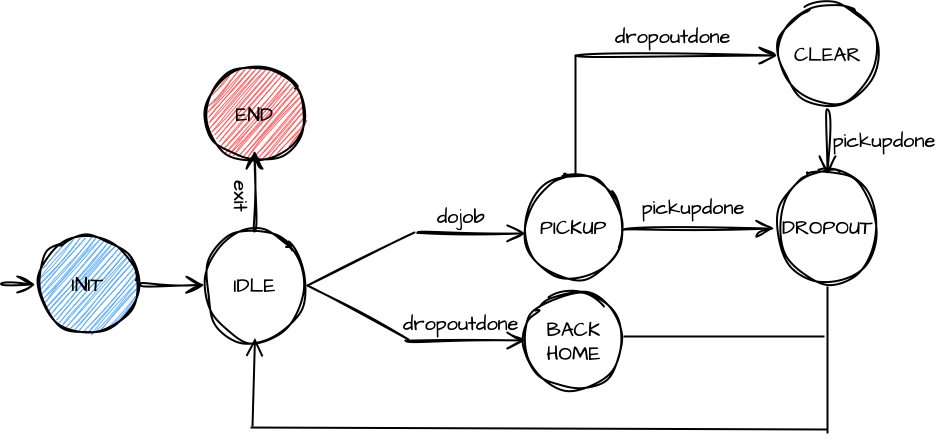
Above: Sprint1/userDocs/resources/img/FSMwasteServiceCore.png in EnricoValastro/WasteService-Project (draw.io), before the change. Source tidied: cells renumbered, new cells last; positions are measured from the earlier drawing's top-left corner, leaving out a move shared by most shapes.
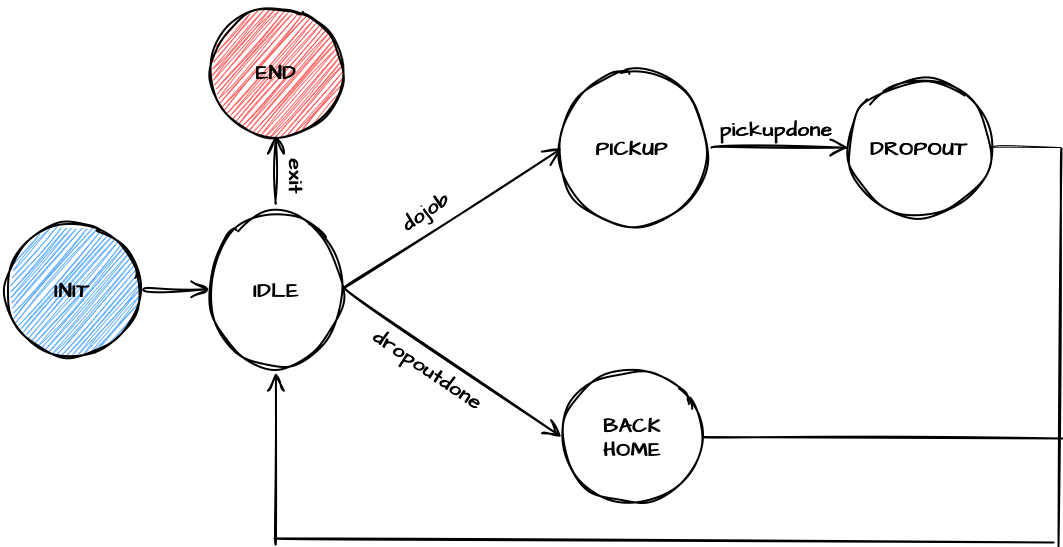
The same file after the commit.

The edit, as a diff of the source:
```diff
@@ -2,130 +2,92 @@
   <root>
     <mxCell id="0" />
     <mxCell id="1" parent="0" />
-    <mxCell id="2" style="endArrow=open;html=1;rounded=0;sketch=1;hachureGap=4;jiggle=2;fontFamily=Architects Daughter;fontSource=https%3A%2F%2Ffonts.googleapis.com%2Fcss%3Ffamily%3DArchitects%2BDaughter;fontSize=16;startSize=14;endSize=14;sourcePerimeterSpacing=8;targetPerimeterSpacing=8;curved=1;endFill=0;strokeWidth=2;exitX=1;exitY=0.5;exitDx=0;exitDy=0;" parent="1" edge="1" source="6">
-      <mxGeometry relative="1" as="geometry">
-        <mxPoint x="203" y="283.5" as="targetPoint" />
-      </mxGeometry>
-    </mxCell>
-    <mxCell id="3" value="IDLE" style="ellipse;whiteSpace=wrap;html=1;sketch=1;hachureGap=4;jiggle=2;fontFamily=Architects Daughter;fontSource=https%3A%2F%2Ffonts.googleapis.com%2Fcss%3Ffamily%3DArchitects%2BDaughter;fontSize=20;strokeWidth=2;" parent="1" vertex="1">
-      <mxGeometry x="201" y="231.5" width="105" height="105" as="geometry" />
+    <mxCell id="3" value="&lt;b&gt;IDLE&lt;/b&gt;" style="ellipse;whiteSpace=wrap;html=1;sketch=1;hachureGap=4;jiggle=2;fontFamily=Architects Daughter;fontSource=https%3A%2F%2Ffonts.googleapis.com%2Fcss%3Ffamily%3DArchitects%2BDaughter;fontSize=20;strokeWidth=2;" parent="1" vertex="1">
+      <mxGeometry x="225" y="231.5" width="142" height="142" as="geometry" />
     </mxCell>
-    <mxCell id="4" value="END" style="ellipse;whiteSpace=wrap;html=1;sketch=1;hachureGap=4;jiggle=2;fontFamily=Architects Daughter;fontSource=https%3A%2F%2Ffonts.googleapis.com%2Fcss%3Ffamily%3DArchitects%2BDaughter;fontSize=20;strokeWidth=2;fillColor=#FF6666;" parent="1" vertex="1">
-      <mxGeometry x="201" y="60" width="105" height="105" as="geometry" />
+    <mxCell id="4" value="&lt;b&gt;END&lt;/b&gt;" style="ellipse;whiteSpace=wrap;html=1;sketch=1;hachureGap=4;jiggle=2;fontFamily=Architects Daughter;fontSource=https%3A%2F%2Ffonts.googleapis.com%2Fcss%3Ffamily%3DArchitects%2BDaughter;fontSize=20;strokeWidth=2;fillColor=#FF6666;" parent="1" vertex="1">
+      <mxGeometry x="225" y="14" width="142" height="142" as="geometry" />
     </mxCell>
+    <mxCell id="6" value="&lt;b&gt;INIT&lt;/b&gt;" style="ellipse;whiteSpace=wrap;html=1;sketch=1;hachureGap=4;jiggle=2;fontFamily=Architects Daughter;fontSource=https%3A%2F%2Ffonts.googleapis.com%2Fcss%3Ffamily%3DArchitects%2BDaughter;fontSize=20;strokeWidth=2;fillColor=#66B2FF;" parent="1" vertex="1">
+      <mxGeometry x="21" y="231.5" width="142" height="142" as="geometry" />
+    </mxCell>
-    <mxCell id="5" value="BACK&lt;br&gt;HOME" style="ellipse;whiteSpace=wrap;html=1;sketch=1;hachureGap=4;jiggle=2;fontFamily=Architects Daughter;fontSource=https%3A%2F%2Ffonts.googleapis.com%2Fcss%3Ffamily%3DArchitects%2BDaughter;fontSize=20;strokeWidth=2;" parent="1" vertex="1">
-      <mxGeometry x="520" y="287" width="105" height="105" as="geometry" />
+    <mxCell id="5" value="&lt;b&gt;BACK&lt;br&gt;HOME&lt;br&gt;&lt;/b&gt;" style="ellipse;whiteSpace=wrap;html=1;sketch=1;hachureGap=4;jiggle=2;fontFamily=Architects Daughter;fontSource=https%3A%2F%2Ffonts.googleapis.com%2Fcss%3Ffamily%3DArchitects%2BDaughter;fontSize=20;strokeWidth=2;" parent="1" vertex="1">
+      <mxGeometry x="581" y="378.5" width="142" height="142" as="geometry" />
     </mxCell>
-    <mxCell id="6" value="INIT" style="ellipse;whiteSpace=wrap;html=1;sketch=1;hachureGap=4;jiggle=2;fontFamily=Architects Daughter;fontSource=https%3A%2F%2Ffonts.googleapis.com%2Fcss%3Ffamily%3DArchitects%2BDaughter;fontSize=20;strokeWidth=2;fillColor=#66B2FF;" parent="1" vertex="1">
-      <mxGeometry x="34" y="230" width="105" height="105" as="geometry" />
-    </mxCell>
-    <mxCell id="7" value="CLEAR" style="ellipse;whiteSpace=wrap;html=1;sketch=1;hachureGap=4;jiggle=2;fontFamily=Architects Daughter;fontSource=https%3A%2F%2Ffonts.googleapis.com%2Fcss%3Ffamily%3DArchitects%2BDaughter;fontSize=20;strokeWidth=2;" parent="1" vertex="1">
-      <mxGeometry x="774" width="105" height="105" as="geometry" />
-    </mxCell>
-    <mxCell id="8" style="endArrow=open;html=1;rounded=0;sketch=1;hachureGap=4;jiggle=2;fontFamily=Architects Daughter;fontSource=https%3A%2F%2Ffonts.googleapis.com%2Fcss%3Ffamily%3DArchitects%2BDaughter;fontSize=16;startSize=14;endSize=14;sourcePerimeterSpacing=8;targetPerimeterSpacing=8;curved=1;endFill=0;strokeWidth=2;" parent="1" edge="1">
-      <mxGeometry relative="1" as="geometry">
-        <mxPoint x="253" y="230" as="sourcePoint" />
-        <mxPoint x="253" y="149" as="targetPoint" />
-      </mxGeometry>
-    </mxCell>
+    <mxCell id="14" value="&lt;b&gt;PICKUP&lt;br&gt;&lt;/b&gt;" style="ellipse;whiteSpace=wrap;html=1;sketch=1;hachureGap=4;jiggle=2;fontFamily=Architects Daughter;fontSource=https%3A%2F%2Ffonts.googleapis.com%2Fcss%3Ffamily%3DArchitects%2BDaughter;fontSize=20;strokeWidth=2;" parent="1" vertex="1">
+      <mxGeometry x="581" y="90" width="142" height="142" as="geometry" />
+    </mxCell>
+    <mxCell id="30" style="edgeStyle=none;orthogonalLoop=1;jettySize=auto;html=1;rounded=0;sketch=1;hachureGap=4;jiggle=2;fontFamily=Architects Daughter;fontSource=https%3A%2F%2Ffonts.googleapis.com%2Fcss%3Ffamily%3DArchitects%2BDaughter;fontSize=16;endArrow=open;startSize=14;endSize=14;sourcePerimeterSpacing=8;targetPerimeterSpacing=8;curved=1;strokeWidth=2;" parent="1" edge="1">
+      <mxGeometry relative="1" as="geometry">
+        <mxPoint x="163" y="301.8" as="sourcePoint" />
+        <mxPoint x="229" y="301.8" as="targetPoint" />
+      </mxGeometry>
+    </mxCell>
+    <mxCell id="31" style="edgeStyle=none;orthogonalLoop=1;jettySize=auto;html=1;rounded=0;sketch=1;hachureGap=4;jiggle=2;fontFamily=Architects Daughter;fontSource=https%3A%2F%2Ffonts.googleapis.com%2Fcss%3Ffamily%3DArchitects%2BDaughter;fontSize=16;endArrow=open;startSize=14;endSize=14;sourcePerimeterSpacing=8;targetPerimeterSpacing=8;curved=1;strokeWidth=2;" parent="1" edge="1">
+      <mxGeometry relative="1" as="geometry">
+        <mxPoint x="295.3" y="216" as="sourcePoint" />
+        <mxPoint x="295.3" y="148" as="targetPoint" />
+      </mxGeometry>
+    </mxCell>
+    <mxCell id="32" style="edgeStyle=none;jettySize=auto;html=1;rounded=0;sketch=1;hachureGap=4;jiggle=2;fontFamily=Architects Daughter;fontSource=https%3A%2F%2Ffonts.googleapis.com%2Fcss%3Ffamily%3DArchitects%2BDaughter;fontSize=16;endArrow=open;startSize=14;endSize=14;sourcePerimeterSpacing=8;targetPerimeterSpacing=8;curved=1;strokeWidth=2;entryX=0;entryY=0.5;entryDx=0;entryDy=0;exitX=1;exitY=0.5;exitDx=0;exitDy=0;" parent="1" edge="1" target="14">
+      <mxGeometry relative="1" as="geometry">
+        <mxPoint x="364" y="300" as="sourcePoint" />
+      </mxGeometry>
+    </mxCell>
+    <mxCell id="33" style="edgeStyle=none;jettySize=auto;html=1;rounded=0;sketch=1;hachureGap=4;jiggle=2;fontFamily=Architects Daughter;fontSource=https%3A%2F%2Ffonts.googleapis.com%2Fcss%3Ffamily%3DArchitects%2BDaughter;fontSize=16;endArrow=open;startSize=14;endSize=14;sourcePerimeterSpacing=8;targetPerimeterSpacing=8;curved=1;strokeWidth=2;entryX=0;entryY=0.5;entryDx=0;entryDy=0;exitX=1;exitY=0.5;exitDx=0;exitDy=0;" parent="1" edge="1" target="5">
+      <mxGeometry relative="1" as="geometry">
+        <mxPoint x="364" y="300" as="sourcePoint" />
+      </mxGeometry>
+    </mxCell>
-    <mxCell id="9" value="exit" style="text;html=1;strokeColor=none;fillColor=none;align=center;verticalAlign=middle;whiteSpace=wrap;rounded=0;sketch=1;hachureGap=4;jiggle=2;strokeWidth=2;fontFamily=Architects Daughter;fontSource=https%3A%2F%2Ffonts.googleapis.com%2Fcss%3Ffamily%3DArchitects%2BDaughter;fontSize=20;direction=south;rotation=90;" parent="1" vertex="1">
-      <mxGeometry x="225" y="165" width="30" height="60" as="geometry" />
+    <mxCell id="9" value="&lt;b&gt;exit&lt;br&gt;&lt;/b&gt;" style="text;strokeColor=none;fillColor=none;html=1;align=center;verticalAlign=middle;whiteSpace=wrap;rounded=0;sketch=1;hachureGap=4;jiggle=2;fontFamily=Architects Daughter;fontSource=https%3A%2F%2Ffonts.googleapis.com%2Fcss%3Ffamily%3DArchitects%2BDaughter;fontSize=20;rotation=90;" parent="1" vertex="1">
+      <mxGeometry x="286" y="174" width="60" height="30" as="geometry" />
     </mxCell>
-    <mxCell id="10" style="endArrow=open;html=1;rounded=0;sketch=1;hachureGap=4;jiggle=2;fontFamily=Architects Daughter;fontSource=https%3A%2F%2Ffonts.googleapis.com%2Fcss%3Ffamily%3DArchitects%2BDaughter;fontSize=16;startSize=14;endSize=14;sourcePerimeterSpacing=8;targetPerimeterSpacing=8;curved=1;endFill=0;strokeWidth=2;" parent="1" edge="1">
-      <mxGeometry relative="1" as="geometry">
-        <mxPoint y="283" as="sourcePoint" />
-        <mxPoint x="34" y="283" as="targetPoint" />
-      </mxGeometry>
-    </mxCell>
-    <mxCell id="11" style="endArrow=none;html=1;rounded=0;sketch=1;hachureGap=4;jiggle=2;strokeWidth=2;fontFamily=Architects Daughter;fontSource=https%3A%2F%2Ffonts.googleapis.com%2Fcss%3Ffamily%3DArchitects%2BDaughter;fontSize=16;startSize=14;endSize=14;sourcePerimeterSpacing=8;targetPerimeterSpacing=8;exitX=1;exitY=0.5;exitDx=0;exitDy=0;" parent="1" edge="1" source="3">
-      <mxGeometry relative="1" as="geometry">
-        <mxPoint x="413" y="231" as="targetPoint" />
-      </mxGeometry>
-    </mxCell>
-    <mxCell id="12" style="endArrow=none;html=1;rounded=0;sketch=1;hachureGap=4;jiggle=2;strokeWidth=2;fontFamily=Architects Daughter;fontSource=https%3A%2F%2Ffonts.googleapis.com%2Fcss%3Ffamily%3DArchitects%2BDaughter;fontSize=16;startSize=14;endSize=14;sourcePerimeterSpacing=8;targetPerimeterSpacing=8;exitX=1;exitY=0.5;exitDx=0;exitDy=0;" parent="1" edge="1" source="3">
-      <mxGeometry relative="1" as="geometry">
-        <mxPoint x="407" y="338" as="targetPoint" />
-      </mxGeometry>
-    </mxCell>
-    <mxCell id="13" style="endArrow=open;html=1;rounded=0;sketch=1;hachureGap=4;jiggle=2;fontFamily=Architects Daughter;fontSource=https%3A%2F%2Ffonts.googleapis.com%2Fcss%3Ffamily%3DArchitects%2BDaughter;fontSize=16;startSize=14;endSize=14;sourcePerimeterSpacing=8;targetPerimeterSpacing=8;curved=1;endFill=0;strokeWidth=2;" parent="1" edge="1">
-      <mxGeometry relative="1" as="geometry">
-        <mxPoint x="416" y="231.5" as="sourcePoint" />
-        <mxPoint x="524" y="232" as="targetPoint" />
-      </mxGeometry>
-    </mxCell>
-    <mxCell id="14" value="PICKUP" style="ellipse;whiteSpace=wrap;html=1;sketch=1;hachureGap=4;jiggle=2;fontFamily=Architects Daughter;fontSource=https%3A%2F%2Ffonts.googleapis.com%2Fcss%3Ffamily%3DArchitects%2BDaughter;fontSize=20;strokeWidth=2;" parent="1" vertex="1">
-      <mxGeometry x="520" y="173" width="105" height="105" as="geometry" />
-    </mxCell>
-    <mxCell id="15" style="endArrow=open;html=1;rounded=0;sketch=1;hachureGap=4;jiggle=2;fontFamily=Architects Daughter;fontSource=https%3A%2F%2Ffonts.googleapis.com%2Fcss%3Ffamily%3DArchitects%2BDaughter;fontSize=16;startSize=14;endSize=14;sourcePerimeterSpacing=8;targetPerimeterSpacing=8;curved=1;endFill=0;strokeWidth=2;" parent="1" edge="1">
-      <mxGeometry relative="1" as="geometry">
-        <mxPoint x="404" y="339" as="sourcePoint" />
-        <mxPoint x="524" y="339" as="targetPoint" />
-      </mxGeometry>
-    </mxCell>
-    <mxCell id="16" style="endArrow=none;html=1;rounded=0;sketch=0;hachureGap=4;jiggle=2;strokeWidth=2;fontFamily=Architects Daughter;fontSource=https%3A%2F%2Ffonts.googleapis.com%2Fcss%3Ffamily%3DArchitects%2BDaughter;fontSize=16;startSize=14;endSize=14;sourcePerimeterSpacing=8;targetPerimeterSpacing=8;elbow=vertical;jumpStyle=sharp;jumpSize=5;" parent="1" edge="1">
-      <mxGeometry relative="1" as="geometry">
-        <mxPoint x="574" y="173" as="sourcePoint" />
-        <mxPoint x="574" y="53" as="targetPoint" />
-      </mxGeometry>
-    </mxCell>
-    <mxCell id="17" style="endArrow=open;html=1;rounded=0;sketch=1;hachureGap=4;jiggle=2;fontFamily=Architects Daughter;fontSource=https%3A%2F%2Ffonts.googleapis.com%2Fcss%3Ffamily%3DArchitects%2BDaughter;fontSize=16;startSize=14;endSize=14;sourcePerimeterSpacing=8;targetPerimeterSpacing=8;curved=1;endFill=0;strokeWidth=2;exitX=1;exitY=0.5;exitDx=0;exitDy=0;" parent="1" edge="1">
-      <mxGeometry relative="1" as="geometry">
-        <mxPoint x="575" y="54" as="sourcePoint" />
-        <mxPoint x="776" y="54" as="targetPoint" />
-      </mxGeometry>
-    </mxCell>
+    <mxCell id="34" style="endArrow=none;html=1;rounded=0;sketch=1;hachureGap=4;jiggle=2;strokeWidth=2;fontFamily=Architects Daughter;fontSource=https%3A%2F%2Ffonts.googleapis.com%2Fcss%3Ffamily%3DArchitects%2BDaughter;fontSize=16;startSize=14;endSize=14;sourcePerimeterSpacing=8;targetPerimeterSpacing=8;curved=1;" parent="1" edge="1">
+      <mxGeometry relative="1" as="geometry">
+        <mxPoint x="1081" y="161" as="sourcePoint" />
+        <mxPoint x="1078" y="559" as="targetPoint" />
+      </mxGeometry>
+    </mxCell>
+    <mxCell id="35" style="endArrow=none;html=1;rounded=0;sketch=1;hachureGap=4;jiggle=2;strokeWidth=2;fontFamily=Architects Daughter;fontSource=https%3A%2F%2Ffonts.googleapis.com%2Fcss%3Ffamily%3DArchitects%2BDaughter;fontSize=16;startSize=14;endSize=14;sourcePerimeterSpacing=8;targetPerimeterSpacing=8;curved=1;" parent="1" edge="1">
+      <mxGeometry relative="1" as="geometry">
+        <mxPoint x="294" y="551" as="sourcePoint" />
+        <mxPoint x="1073" y="555" as="targetPoint" />
+      </mxGeometry>
+    </mxCell>
+    <mxCell id="36" style="endArrow=open;html=1;rounded=0;sketch=1;hachureGap=4;jiggle=2;strokeWidth=2;fontFamily=Architects Daughter;fontSource=https%3A%2F%2Ffonts.googleapis.com%2Fcss%3Ffamily%3DArchitects%2BDaughter;fontSize=16;startSize=14;endSize=14;sourcePerimeterSpacing=8;targetPerimeterSpacing=8;curved=1;endFill=0;" parent="1" edge="1">
+      <mxGeometry relative="1" as="geometry">
+        <mxPoint x="295.1" y="557" as="sourcePoint" />
+        <mxPoint x="295.4" y="385" as="targetPoint" />
+      </mxGeometry>
+    </mxCell>
+    <mxCell id="37" style="endArrow=none;html=1;rounded=0;sketch=1;hachureGap=4;jiggle=2;strokeWidth=2;fontFamily=Architects Daughter;fontSource=https%3A%2F%2Ffonts.googleapis.com%2Fcss%3Ffamily%3DArchitects%2BDaughter;fontSize=16;startSize=14;endSize=14;sourcePerimeterSpacing=8;targetPerimeterSpacing=8;curved=1;exitX=1;exitY=0.5;exitDx=0;exitDy=0;" parent="1" edge="1" source="5">
+      <mxGeometry relative="1" as="geometry">
+        <mxPoint x="1082" y="451" as="targetPoint" />
+      </mxGeometry>
+    </mxCell>
+    <mxCell id="38" style="edgeStyle=none;orthogonalLoop=1;jettySize=auto;html=1;rounded=0;sketch=1;hachureGap=4;jiggle=2;fontFamily=Architects Daughter;fontSource=https%3A%2F%2Ffonts.googleapis.com%2Fcss%3Ffamily%3DArchitects%2BDaughter;fontSize=16;endArrow=open;startSize=14;endSize=14;sourcePerimeterSpacing=8;targetPerimeterSpacing=8;curved=1;strokeWidth=2;" parent="1" edge="1">
+      <mxGeometry relative="1" as="geometry">
+        <mxPoint x="731" y="160.1" as="sourcePoint" />
+        <mxPoint x="868" y="160.1" as="targetPoint" />
+      </mxGeometry>
+    </mxCell>
-    <mxCell id="18" value="DROPOUT" style="ellipse;whiteSpace=wrap;html=1;sketch=1;hachureGap=4;jiggle=2;fontFamily=Architects Daughter;fontSource=https%3A%2F%2Ffonts.googleapis.com%2Fcss%3Ffamily%3DArchitects%2BDaughter;fontSize=20;strokeWidth=2;" parent="1" vertex="1">
-      <mxGeometry x="774" y="173" width="105" height="105" as="geometry" />
+    <mxCell id="18" value="&lt;b&gt;DROPOUT&lt;br&gt;&lt;/b&gt;" style="ellipse;whiteSpace=wrap;html=1;sketch=1;hachureGap=4;jiggle=2;fontFamily=Architects Daughter;fontSource=https%3A%2F%2Ffonts.googleapis.com%2Fcss%3Ffamily%3DArchitects%2BDaughter;fontSize=20;strokeWidth=2;" parent="1" vertex="1">
+      <mxGeometry x="868" y="90" width="142" height="142" as="geometry" />
     </mxCell>
-    <mxCell id="19" style="endArrow=open;html=1;rounded=0;sketch=1;hachureGap=4;jiggle=2;fontFamily=Architects Daughter;fontSource=https%3A%2F%2Ffonts.googleapis.com%2Fcss%3Ffamily%3DArchitects%2BDaughter;fontSize=16;startSize=14;endSize=14;sourcePerimeterSpacing=8;targetPerimeterSpacing=8;curved=1;endFill=0;strokeWidth=2;" parent="1" edge="1">
-      <mxGeometry relative="1" as="geometry">
-        <mxPoint x="621" y="229" as="sourcePoint" />
-        <mxPoint x="773" y="227" as="targetPoint" />
-      </mxGeometry>
-    </mxCell>
-    <mxCell id="20" style="endArrow=open;html=1;rounded=0;sketch=1;hachureGap=4;jiggle=2;fontFamily=Architects Daughter;fontSource=https%3A%2F%2Ffonts.googleapis.com%2Fcss%3Ffamily%3DArchitects%2BDaughter;fontSize=16;startSize=14;endSize=14;sourcePerimeterSpacing=8;targetPerimeterSpacing=8;curved=1;endFill=0;strokeWidth=2;" parent="1" edge="1">
-      <mxGeometry relative="1" as="geometry">
-        <mxPoint x="826" y="108" as="sourcePoint" />
-        <mxPoint x="826" y="173" as="targetPoint" />
-      </mxGeometry>
-    </mxCell>
-    <mxCell id="21" style="endArrow=none;html=1;rounded=0;sketch=0;hachureGap=4;jiggle=2;strokeWidth=2;fontFamily=Architects Daughter;fontSource=https%3A%2F%2Ffonts.googleapis.com%2Fcss%3Ffamily%3DArchitects%2BDaughter;fontSize=16;startSize=14;endSize=14;sourcePerimeterSpacing=8;targetPerimeterSpacing=8;elbow=vertical;jumpStyle=sharp;jumpSize=5;" parent="1" edge="1">
-      <mxGeometry relative="1" as="geometry">
-        <mxPoint x="826" y="432" as="sourcePoint" />
-        <mxPoint x="826" y="285" as="targetPoint" />
-      </mxGeometry>
-    </mxCell>
-    <mxCell id="22" style="endArrow=none;html=1;rounded=0;sketch=0;hachureGap=4;jiggle=2;strokeWidth=2;fontFamily=Architects Daughter;fontSource=https%3A%2F%2Ffonts.googleapis.com%2Fcss%3Ffamily%3DArchitects%2BDaughter;fontSize=16;startSize=14;endSize=14;sourcePerimeterSpacing=8;targetPerimeterSpacing=8;elbow=vertical;jumpStyle=sharp;jumpSize=5;" parent="1" edge="1">
-      <mxGeometry relative="1" as="geometry">
-        <mxPoint x="622" y="335" as="sourcePoint" />
-        <mxPoint x="823" y="335" as="targetPoint" />
-      </mxGeometry>
-    </mxCell>
-    <mxCell id="23" style="endArrow=none;html=1;rounded=0;sketch=0;hachureGap=4;jiggle=2;strokeWidth=2;fontFamily=Architects Daughter;fontSource=https%3A%2F%2Ffonts.googleapis.com%2Fcss%3Ffamily%3DArchitects%2BDaughter;fontSize=16;startSize=14;endSize=14;sourcePerimeterSpacing=8;targetPerimeterSpacing=8;elbow=vertical;jumpStyle=sharp;jumpSize=5;" parent="1" edge="1">
-      <mxGeometry relative="1" as="geometry">
-        <mxPoint x="249" y="426" as="sourcePoint" />
-        <mxPoint x="826" y="428" as="targetPoint" />
-      </mxGeometry>
-    </mxCell>
-    <mxCell id="24" style="endArrow=open;html=1;rounded=0;sketch=0;hachureGap=4;jiggle=2;strokeWidth=2;fontFamily=Architects Daughter;fontSource=https%3A%2F%2Ffonts.googleapis.com%2Fcss%3Ffamily%3DArchitects%2BDaughter;fontSize=16;startSize=14;endSize=14;sourcePerimeterSpacing=8;targetPerimeterSpacing=8;elbow=vertical;jumpStyle=sharp;jumpSize=5;entryX=0.5;entryY=1;entryDx=0;entryDy=0;endFill=0;" parent="1" edge="1" target="3">
-      <mxGeometry relative="1" as="geometry">
-        <mxPoint x="251" y="425" as="sourcePoint" />
-      </mxGeometry>
-    </mxCell>
+    <mxCell id="39" style="endArrow=none;html=1;rounded=0;sketch=1;hachureGap=4;jiggle=2;fontFamily=Architects Daughter;fontSource=https%3A%2F%2Ffonts.googleapis.com%2Fcss%3Ffamily%3DArchitects%2BDaughter;fontSize=16;startSize=14;endSize=14;sourcePerimeterSpacing=8;targetPerimeterSpacing=8;curved=1;" parent="1" edge="1">
+      <mxGeometry relative="1" as="geometry">
+        <mxPoint x="1010" y="160.1" as="sourcePoint" />
+        <mxPoint x="1080" y="160" as="targetPoint" />
+      </mxGeometry>
+    </mxCell>
-    <mxCell id="25" value="dojob" style="text;html=1;strokeColor=none;fillColor=none;align=center;verticalAlign=middle;whiteSpace=wrap;rounded=0;sketch=1;hachureGap=4;jiggle=2;strokeWidth=2;fontFamily=Architects Daughter;fontSource=https%3A%2F%2Ffonts.googleapis.com%2Fcss%3Ffamily%3DArchitects%2BDaughter;fontSize=20;" parent="1" vertex="1">
-      <mxGeometry x="430" y="200" width="60" height="30" as="geometry" />
+    <mxCell id="25" value="&lt;b&gt;dojob&lt;br&gt;&lt;/b&gt;" style="text;strokeColor=none;fillColor=none;html=1;align=center;verticalAlign=middle;whiteSpace=wrap;rounded=0;sketch=1;hachureGap=4;jiggle=2;fontFamily=Architects Daughter;fontSource=https%3A%2F%2Ffonts.googleapis.com%2Fcss%3Ffamily%3DArchitects%2BDaughter;fontSize=20;rotation=326;" parent="1" vertex="1">
+      <mxGeometry x="415" y="209" width="60" height="30" as="geometry" />
     </mxCell>
-    <mxCell id="26" value="dropoutdone" style="text;html=1;strokeColor=none;fillColor=none;align=center;verticalAlign=middle;whiteSpace=wrap;rounded=0;sketch=1;hachureGap=4;jiggle=2;strokeWidth=2;fontFamily=Architects Daughter;fontSource=https%3A%2F%2Ffonts.googleapis.com%2Fcss%3Ffamily%3DArchitects%2BDaughter;fontSize=20;" parent="1" vertex="1">
-      <mxGeometry x="642" y="20" width="60" height="30" as="geometry" />
-    </mxCell>
-    <mxCell id="27" value="pickupdone" style="text;html=1;strokeColor=none;fillColor=none;align=center;verticalAlign=middle;whiteSpace=wrap;rounded=0;sketch=1;hachureGap=4;jiggle=2;strokeWidth=2;fontFamily=Architects Daughter;fontSource=https%3A%2F%2Ffonts.googleapis.com%2Fcss%3Ffamily%3DArchitects%2BDaughter;fontSize=20;" parent="1" vertex="1">
-      <mxGeometry x="662" y="191" width="60" height="30" as="geometry" />
-    </mxCell>
-    <mxCell id="28" value="dropoutdone" style="text;html=1;strokeColor=none;fillColor=none;align=center;verticalAlign=middle;whiteSpace=wrap;rounded=0;sketch=1;hachureGap=4;jiggle=2;strokeWidth=2;fontFamily=Architects Daughter;fontSource=https%3A%2F%2Ffonts.googleapis.com%2Fcss%3Ffamily%3DArchitects%2BDaughter;fontSize=20;" parent="1" vertex="1">
-      <mxGeometry x="430" y="306.5" width="60" height="30" as="geometry" />
-    </mxCell>
-    <mxCell id="29" value="pickupdone" style="text;html=1;strokeColor=none;fillColor=none;align=center;verticalAlign=middle;whiteSpace=wrap;rounded=0;sketch=1;hachureGap=4;jiggle=2;strokeWidth=2;fontFamily=Architects Daughter;fontSource=https%3A%2F%2Ffonts.googleapis.com%2Fcss%3Ffamily%3DArchitects%2BDaughter;fontSize=20;" parent="1" vertex="1">
-      <mxGeometry x="853" y="124" width="60" height="30" as="geometry" />
-    </mxCell>
+    <mxCell id="40" value="&lt;b&gt;dropoutdone&lt;br&gt;&lt;/b&gt;" style="text;strokeColor=none;fillColor=none;html=1;align=center;verticalAlign=middle;whiteSpace=wrap;rounded=0;sketch=1;hachureGap=4;jiggle=2;fontFamily=Architects Daughter;fontSource=https%3A%2F%2Ffonts.googleapis.com%2Fcss%3Ffamily%3DArchitects%2BDaughter;fontSize=20;rotation=34;" parent="1" vertex="1">
+      <mxGeometry x="418" y="367" width="60" height="30" as="geometry" />
+    </mxCell>
+    <mxCell id="41" value="&lt;b&gt;pickupdone&lt;br&gt;&lt;/b&gt;" style="text;strokeColor=none;fillColor=none;html=1;align=center;verticalAlign=middle;whiteSpace=wrap;rounded=0;sketch=1;hachureGap=4;jiggle=2;fontFamily=Architects Daughter;fontSource=https%3A%2F%2Ffonts.googleapis.com%2Fcss%3Ffamily%3DArchitects%2BDaughter;fontSize=20;rotation=0;" parent="1" vertex="1">
+      <mxGeometry x="766" y="123" width="60" height="37" as="geometry" />
+    </mxCell>
   </root>
 </mxGraphModel>
```
